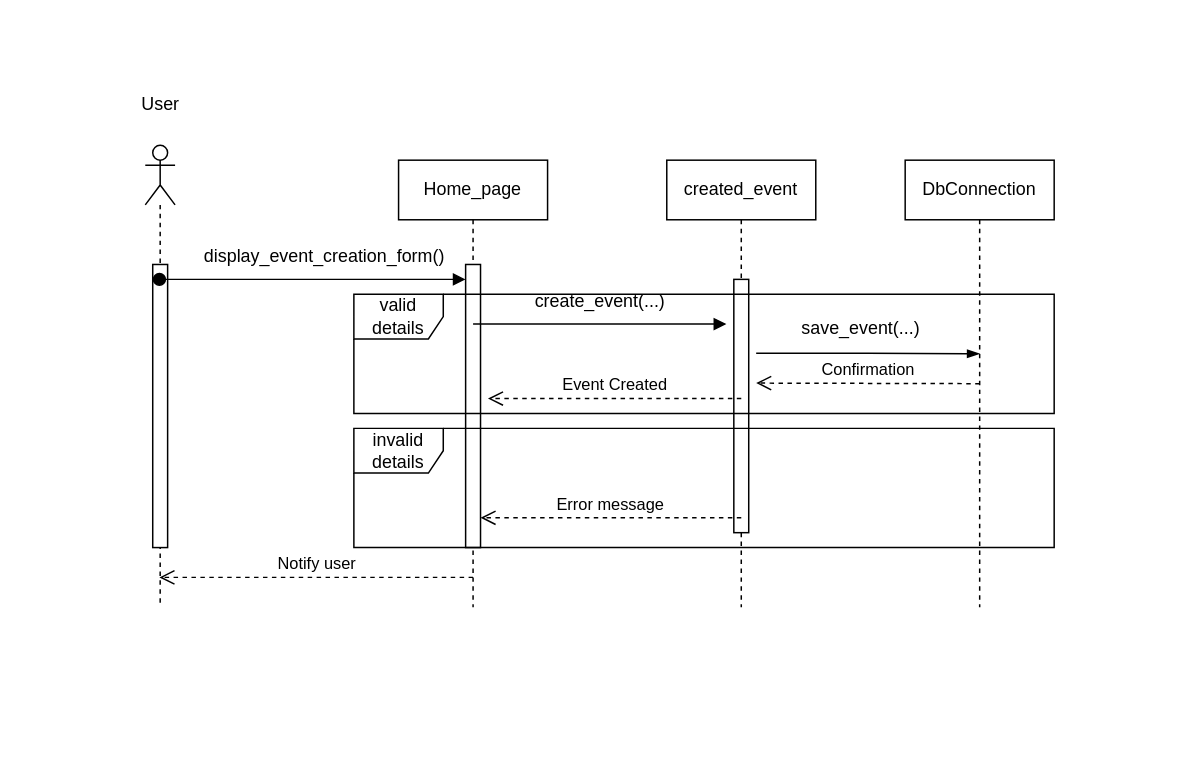
Above: Sequence Diagram/EventCreation.drawio.xml in NeoZi12/NeoAndLeon (draw.io), before the change. Source tidied: cells renumbered, new cells numbered last; positions are measured from the earlier drawing's top-left corner, leaving out a move shared by most shapes. Both pictures are drawn from the tidied source at 149%, with x=0, y=0 at pixel (122, 82).
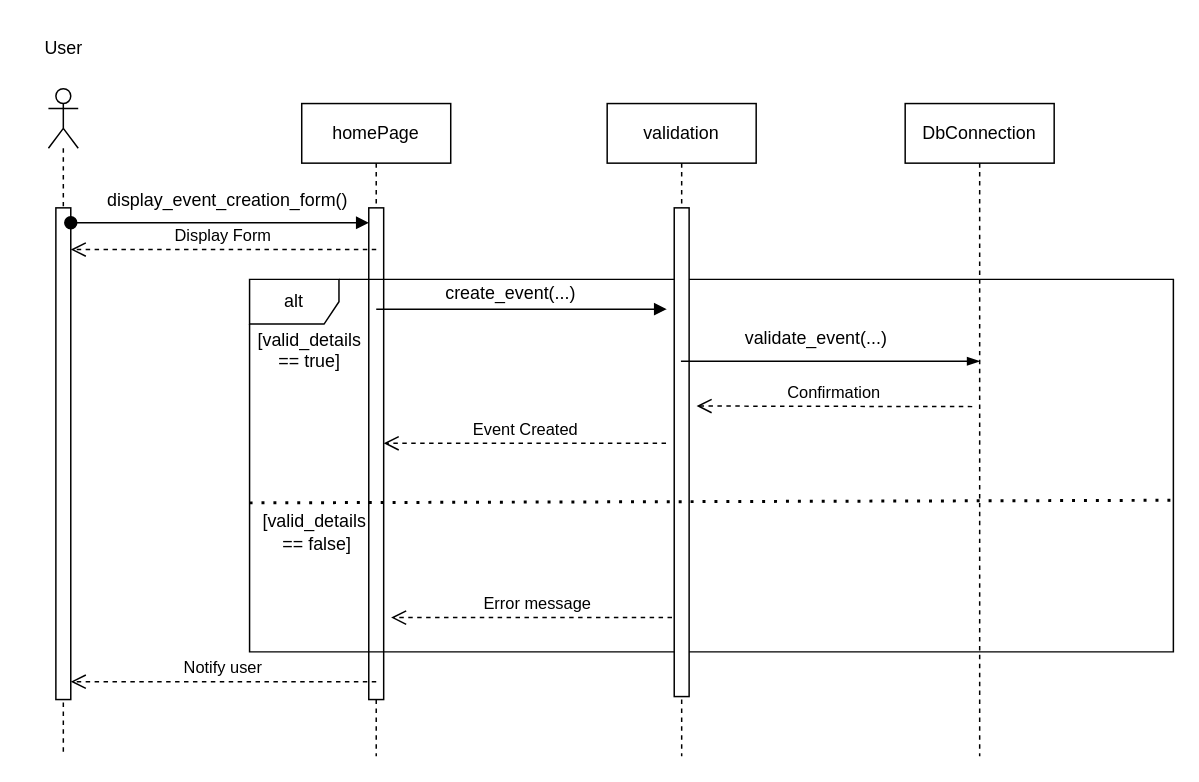
Above is the later version.

The edit, as a diff of the source:
```diff
@@
-    <mxCell id="2" value="Home_page" style="shape=umlLifeline;perimeter=lifelinePerimeter;whiteSpace=wrap;html=1;newEdgeStyle={&quot;edgeStyle&quot;:&quot;elbowEdgeStyle&quot;,&quot;elbow&quot;:&quot;vertical&quot;,&quot;curved&quot;:0,&quot;rounded&quot;:0};" parent="1" vertex="1">
-      <mxGeometry x="185" y="52" width="100" height="300" as="geometry" />
-    </mxCell>
-    <mxCell id="3" style="html=1;points=[];perimeter=orthogonalPerimeter;outlineConnect=0;targetShapes=umlLifeline;portConstraint=eastwest;newEdgeStyle={&quot;edgeStyle&quot;:&quot;elbowEdgeStyle&quot;,&quot;elbow&quot;:&quot;vertical&quot;,&quot;curved&quot;:0,&quot;rounded&quot;:0};" parent="2" vertex="1">
-      <mxGeometry x="45" y="70" width="10" height="190" as="geometry" />
-    </mxCell>
-    <mxCell id="4" value="created_event" style="shape=umlLifeline;perimeter=lifelinePerimeter;whiteSpace=wrap;html=1;newEdgeStyle={&quot;edgeStyle&quot;:&quot;elbowEdgeStyle&quot;,&quot;elbow&quot;:&quot;vertical&quot;,&quot;curved&quot;:0,&quot;rounded&quot;:0};" parent="1" vertex="1">
-      <mxGeometry x="365" y="52" width="100" height="300" as="geometry" />
-    </mxCell>
-    <mxCell id="5" style="html=1;perimeter=orthogonalPerimeter;targetShapes=umlLifeline;newEdgeStyle={&quot;edgeStyle&quot;:&quot;elbowEdgeStyle&quot;,&quot;elbow&quot;:&quot;vertical&quot;,&quot;curved&quot;:0,&quot;rounded&quot;:0};" parent="4" vertex="1">
-      <mxGeometry x="45" y="80" width="10" height="170" as="geometry" />
-    </mxCell>
-    <mxCell id="6" style="html=1;verticalAlign=bottom;endArrow=block;edgeStyle=elbowEdgeStyle;elbow=vertical;curved=0;rounded=0;" parent="1" edge="1">
-      <mxGeometry relative="1" as="geometry">
-        <mxPoint x="235" y="162" as="sourcePoint" />
-        <mxPoint x="405" y="162" as="targetPoint" />
-        <Array as="points">
-          <mxPoint x="320" y="162" />
-        </Array>
-      </mxGeometry>
-    </mxCell>
-    <mxCell id="7" style="shape=umlLifeline;perimeter=lifelinePerimeter;whiteSpace=wrap;html=1;outlineConnect=0;portConstraint=eastwest;newEdgeStyle={&quot;curved&quot;:0,&quot;rounded&quot;:0};participant=umlActor;" parent="1" vertex="1">
-      <mxGeometry x="15" y="42" width="20" height="310" as="geometry" />
-    </mxCell>
-    <mxCell id="8" style="html=1;perimeter=orthogonalPerimeter;targetShapes=umlLifeline;newEdgeStyle={&quot;curved&quot;:0,&quot;rounded&quot;:0};" parent="7" vertex="1">
-      <mxGeometry x="5" y="80" width="10" height="190" as="geometry" />
-    </mxCell>
-    <mxCell id="9" style="html=1;verticalAlign=bottom;startArrow=oval;endArrow=block;startSize=8;edgeStyle=elbowEdgeStyle;elbow=vertical;curved=0;rounded=0;" parent="1" edge="1" source="7">
-      <mxGeometry relative="1" as="geometry">
-        <mxPoint x="230" y="132" as="targetPoint" />
-      </mxGeometry>
-    </mxCell>
-    <mxCell id="10" value="valid details" style="shape=umlFrame;whiteSpace=wrap;html=1;" parent="1" vertex="1">
-      <mxGeometry x="155" y="142" width="470" height="80" as="geometry" />
-    </mxCell>
+    <mxCell id="22" value="homePage" style="shape=umlLifeline;perimeter=lifelinePerimeter;whiteSpace=wrap;html=1;newEdgeStyle={&quot;edgeStyle&quot;:&quot;elbowEdgeStyle&quot;,&quot;elbow&quot;:&quot;vertical&quot;,&quot;curved&quot;:0,&quot;rounded&quot;:0};" parent="1" vertex="1">
+      <mxGeometry x="120" y="14" width="100" height="438" as="geometry" />
+    </mxCell>
+    <mxCell id="23" style="html=1;perimeter=orthogonalPerimeter;targetShapes=umlLifeline;newEdgeStyle={&quot;edgeStyle&quot;:&quot;elbowEdgeStyle&quot;,&quot;elbow&quot;:&quot;vertical&quot;,&quot;curved&quot;:0,&quot;rounded&quot;:0};" parent="22" vertex="1">
+      <mxGeometry x="45" y="70" width="10" height="330" as="geometry" />
+    </mxCell>
+    <mxCell id="24" style="html=1;verticalAlign=bottom;endArrow=block;edgeStyle=elbowEdgeStyle;elbow=vertical;curved=0;rounded=0;" parent="1" edge="1">
+      <mxGeometry relative="1" as="geometry">
+        <mxPoint x="170" y="152" as="sourcePoint" />
+        <mxPoint x="365" y="152" as="targetPoint" />
+        <Array as="points">
+          <mxPoint x="255" y="152" />
+        </Array>
+      </mxGeometry>
+    </mxCell>
+    <mxCell id="25" style="shape=umlLifeline;perimeter=lifelinePerimeter;whiteSpace=wrap;html=1;newEdgeStyle={&quot;curved&quot;:0,&quot;rounded&quot;:0};participant=umlActor;" parent="1" vertex="1">
+      <mxGeometry x="-50" y="4" width="20" height="448" as="geometry" />
+    </mxCell>
+    <mxCell id="26" style="html=1;points=[[0,0,0,0,5],[0,1,0,0,-5],[1,0,0,0,5],[1,1,0,0,-5]];perimeter=orthogonalPerimeter;outlineConnect=0;targetShapes=umlLifeline;portConstraint=eastwest;newEdgeStyle={&quot;curved&quot;:0,&quot;rounded&quot;:0};" parent="25" vertex="1">
+      <mxGeometry x="5" y="80" width="10" height="330" as="geometry" />
+    </mxCell>
+    <mxCell id="27" style="html=1;verticalAlign=bottom;startArrow=oval;endArrow=block;startSize=8;edgeStyle=elbowEdgeStyle;elbow=vertical;curved=0;rounded=0;" parent="1" edge="1">
+      <mxGeometry relative="1" as="geometry">
+        <mxPoint x="-35" y="94" as="sourcePoint" />
+        <mxPoint x="165" y="94" as="targetPoint" />
+      </mxGeometry>
+    </mxCell>
+    <mxCell id="28" value="alt" style="shape=umlFrame;whiteSpace=wrap;html=1;" parent="1" vertex="1">
+      <mxGeometry x="85" y="132" width="620" height="250" as="geometry" />
+    </mxCell>
     <mxCell id="11" value="create_event(...)" style="text;html=1;align=center;verticalAlign=middle;strokeColor=none;fillColor=none;" parent="1" vertex="1">
-      <mxGeometry x="265" y="132" width="110" height="30" as="geometry" />
+      <mxGeometry x="205" y="127" width="110" height="30" as="geometry" />
     </mxCell>
     <mxCell id="12" value="display_event_creation_form()" style="text;html=1;align=center;verticalAlign=middle;strokeColor=none;fillColor=none;" parent="1" vertex="1">
-      <mxGeometry x="45" y="102" width="180" height="30" as="geometry" />
+      <mxGeometry x="-20" y="64" width="180" height="30" as="geometry" />
     </mxCell>
     <mxCell id="13" value="DbConnection" style="shape=umlLifeline;perimeter=lifelinePerimeter;whiteSpace=wrap;html=1;newEdgeStyle={&quot;curved&quot;:0,&quot;rounded&quot;:0};" parent="1" vertex="1">
-      <mxGeometry x="525" y="52" width="100" height="300" as="geometry" />
+      <mxGeometry x="525" y="14" width="100" height="438" as="geometry" />
     </mxCell>
-    <mxCell id="14" style="edgeStyle=elbowEdgeStyle;fontSize=12;html=1;endArrow=blockThin;endFill=1;rounded=0;" parent="1" edge="1">
-      <mxGeometry relative="1" as="geometry">
-        <mxPoint x="425" y="181.6" as="sourcePoint" />
-        <mxPoint x="575" y="182" as="targetPoint" />
-      </mxGeometry>
-    </mxCell>
-    <mxCell id="15" value="save_event(...)" style="text;html=1;align=center;verticalAlign=middle;strokeColor=none;fillColor=none;" parent="1" vertex="1">
-      <mxGeometry x="445" y="150" width="100" height="30" as="geometry" />
-    </mxCell>
     <mxCell id="16" value="Confirmation" style="html=1;verticalAlign=bottom;endArrow=open;dashed=1;endSize=8;edgeStyle=elbowEdgeStyle;elbow=vertical;curved=0;rounded=0;" parent="1" edge="1">
       <mxGeometry relative="1" as="geometry">
-        <mxPoint x="575" y="202" as="sourcePoint" />
-        <mxPoint x="425" y="202" as="targetPoint" />
-        <Array as="points">
-          <mxPoint x="505" y="201.6" />
-        </Array>
+        <mxPoint x="570" y="217.4" as="sourcePoint" />
+        <mxPoint x="385" y="217" as="targetPoint" />
       </mxGeometry>
     </mxCell>
     <mxCell id="17" value="Event Created" style="html=1;verticalAlign=bottom;endArrow=open;dashed=1;endSize=8;edgeStyle=elbowEdgeStyle;elbow=vertical;curved=0;rounded=0;" parent="1" edge="1">
       <mxGeometry relative="1" as="geometry">
-        <mxPoint x="415" y="212" as="sourcePoint" />
-        <mxPoint x="245" y="212" as="targetPoint" />
+        <mxPoint x="364.5" y="242" as="sourcePoint" />
+        <mxPoint x="175" y="242" as="targetPoint" />
         <Array as="points">
-          <mxPoint x="340" y="212" />
+          <mxPoint x="265" y="242" />
         </Array>
       </mxGeometry>
     </mxCell>
-    <mxCell id="18" value="invalid details" style="shape=umlFrame;whiteSpace=wrap;html=1;" parent="1" vertex="1">
-      <mxGeometry x="155" y="232" width="470" height="80" as="geometry" />
-    </mxCell>
-    <mxCell id="19" value="Error message" style="html=1;verticalAlign=bottom;endArrow=open;dashed=1;endSize=8;curved=0;rounded=0;" parent="1" edge="1" target="3">
+    <mxCell id="19" value="Error message" style="html=1;verticalAlign=bottom;endArrow=open;dashed=1;endSize=8;curved=0;rounded=0;" parent="1" edge="1" source="32">
       <mxGeometry relative="1" as="geometry">
-        <mxPoint x="415" y="292" as="sourcePoint" />
+        <mxPoint x="180" y="359" as="targetPoint" />
       </mxGeometry>
     </mxCell>
-    <mxCell id="20" value="Notify user" style="html=1;verticalAlign=bottom;endArrow=open;dashed=1;endSize=8;curved=0;rounded=0;" parent="1" edge="1" target="7">
+    <mxCell id="20" value="Notify user" style="html=1;verticalAlign=bottom;endArrow=open;dashed=1;endSize=8;curved=0;rounded=0;" parent="1" edge="1">
       <mxGeometry relative="1" as="geometry">
-        <mxPoint x="235" y="332" as="sourcePoint" />
+        <mxPoint x="170" y="402" as="sourcePoint" />
+        <mxPoint x="-35" y="402" as="targetPoint" />
+        <Array as="points">
+          <mxPoint x="105" y="402" />
+        </Array>
       </mxGeometry>
     </mxCell>
     <mxCell id="21" value="User" style="text;html=1;align=center;verticalAlign=middle;strokeColor=none;fillColor=none;" parent="1" vertex="1">
-      <mxGeometry width="50" height="30" as="geometry" />
+      <mxGeometry x="-65" y="-38" width="50" height="30" as="geometry" />
     </mxCell>
+    <mxCell id="29" value="[valid_details&lt;div&gt;== true]&lt;div&gt;&lt;br&gt;&lt;/div&gt;&lt;/div&gt;" style="text;html=1;align=center;verticalAlign=middle;strokeColor=none;fillColor=none;" parent="1" vertex="1">
+      <mxGeometry x="80" y="157" width="90" height="60" as="geometry" />
+    </mxCell>
+    <mxCell id="30" value="[valid_details&amp;nbsp;&lt;div&gt;== false]&lt;/div&gt;" style="text;html=1;align=center;verticalAlign=middle;strokeColor=none;fillColor=none;" parent="1" vertex="1">
+      <mxGeometry x="80" y="282" width="100" height="40" as="geometry" />
+    </mxCell>
+    <mxCell id="31" value="Display Form" style="html=1;verticalAlign=bottom;endArrow=open;dashed=1;endSize=8;curved=0;rounded=0;" parent="1" edge="1" target="26">
+      <mxGeometry relative="1" as="geometry">
+        <mxPoint x="170" y="112" as="sourcePoint" />
+      </mxGeometry>
+    </mxCell>
+    <mxCell id="32" value="validation" style="shape=umlLifeline;perimeter=lifelinePerimeter;whiteSpace=wrap;html=1;outlineConnect=0;portConstraint=eastwest;newEdgeStyle={&quot;curved&quot;:0,&quot;rounded&quot;:0};" parent="1" vertex="1">
+      <mxGeometry x="325" y="14" width="100" height="438" as="geometry" />
+    </mxCell>
+    <mxCell id="33" style="html=1;perimeter=orthogonalPerimeter;targetShapes=umlLifeline;newEdgeStyle={&quot;curved&quot;:0,&quot;rounded&quot;:0};" parent="32" vertex="1">
+      <mxGeometry x="45" y="70" width="10" height="328" as="geometry" />
+    </mxCell>
+    <mxCell id="34" style="edgeStyle=elbowEdgeStyle;fontSize=12;html=1;endArrow=blockThin;endFill=1;rounded=0;" parent="1" edge="1" source="32">
+      <mxGeometry relative="1" as="geometry">
+        <mxPoint x="575" y="187" as="targetPoint" />
+        <Array as="points">
+          <mxPoint x="545" y="187" />
+        </Array>
+      </mxGeometry>
+    </mxCell>
+    <mxCell id="35" value="validate_event(...)" style="text;html=1;align=center;verticalAlign=middle;strokeColor=none;fillColor=none;" parent="1" vertex="1">
+      <mxGeometry x="405" y="157" width="120" height="30" as="geometry" />
+    </mxCell>
+    <mxCell id="36" style="endArrow=none;dashed=1;html=1;dashPattern=1 3;strokeWidth=2;rounded=0;entryX=0.998;entryY=0.593;entryDx=0;entryDy=0;entryPerimeter=0;" parent="1" edge="1" target="28">
+      <mxGeometry relative="1" as="geometry">
+        <mxPoint x="85" y="282" as="sourcePoint" />
+      </mxGeometry>
+    </mxCell>
```
